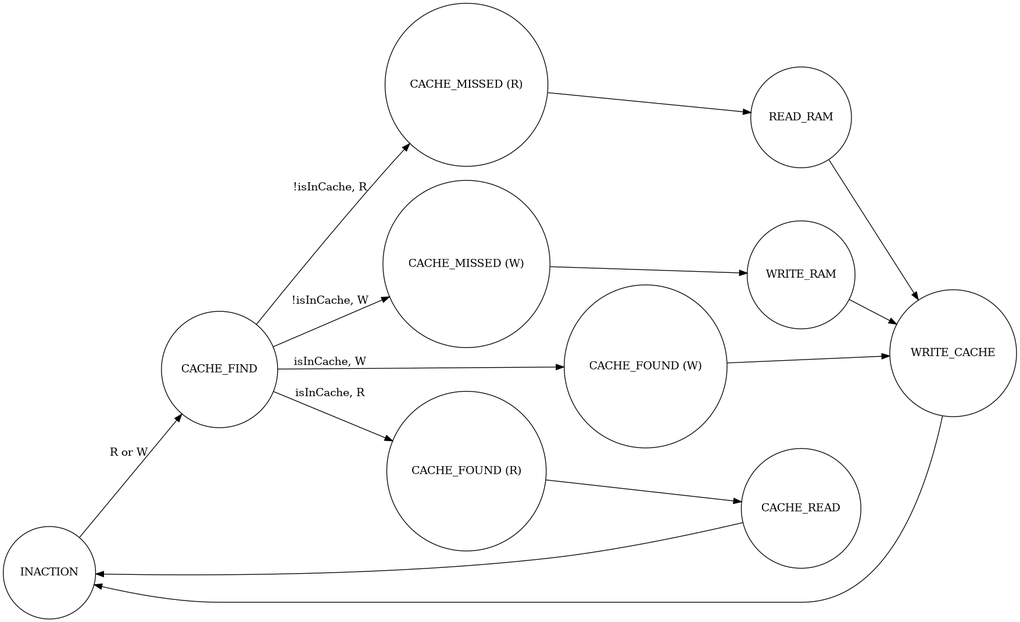
Before: Task_5/cache_emulations.png, a diagram exported from Graphviz (AntonAnisimovMIPT/MCST_Internship). Its source is kept beside it as Task_5/cache_emulations.DOT. Its diagram source:
```dot
digraph cache_emulations {
    rankdir=LR;

    INACTION [label="INACTION", shape=circle];
    CACHE_FIND [label="CACHE_FIND", shape=circle];
    CacheFoundR [label="CACHE_FOUND (R)", shape=circle];
    CacheFoundW [label="CACHE_FOUND (W)", shape=circle];
    CacheMissR [label="CACHE_MISSED (R)", shape=circle];
    CacheMissW [label="CACHE_MISSED (W)", shape=circle];
    ReadFromMemory [label="READ_RAM", shape=circle];
    WriteToCache [label="WRITE_CACHE", shape=circle];
    WriteToMemory [label="WRITE_RAM", shape=circle];
    CacheRead [label="CACHE_READ", shape=circle];

    INACTION -> CACHE_FIND [label="R or W"];

    CACHE_FIND -> CacheFoundR [label="isInCache, R"];
    CACHE_FIND -> CacheFoundW [label="isInCache, W"];
    CACHE_FIND -> CacheMissR [label="!isInCache, R"];
    CACHE_FIND -> CacheMissW [label="!isInCache, W"];

    CacheFoundR -> CacheRead;
    CacheRead -> INACTION;
    CacheFoundW -> WriteToCache;

    CacheMissR -> ReadFromMemory;
    ReadFromMemory -> WriteToCache;

    CacheMissW -> WriteToMemory;
    WriteToMemory -> WriteToCache;

    WriteToCache -> INACTION;
}
```
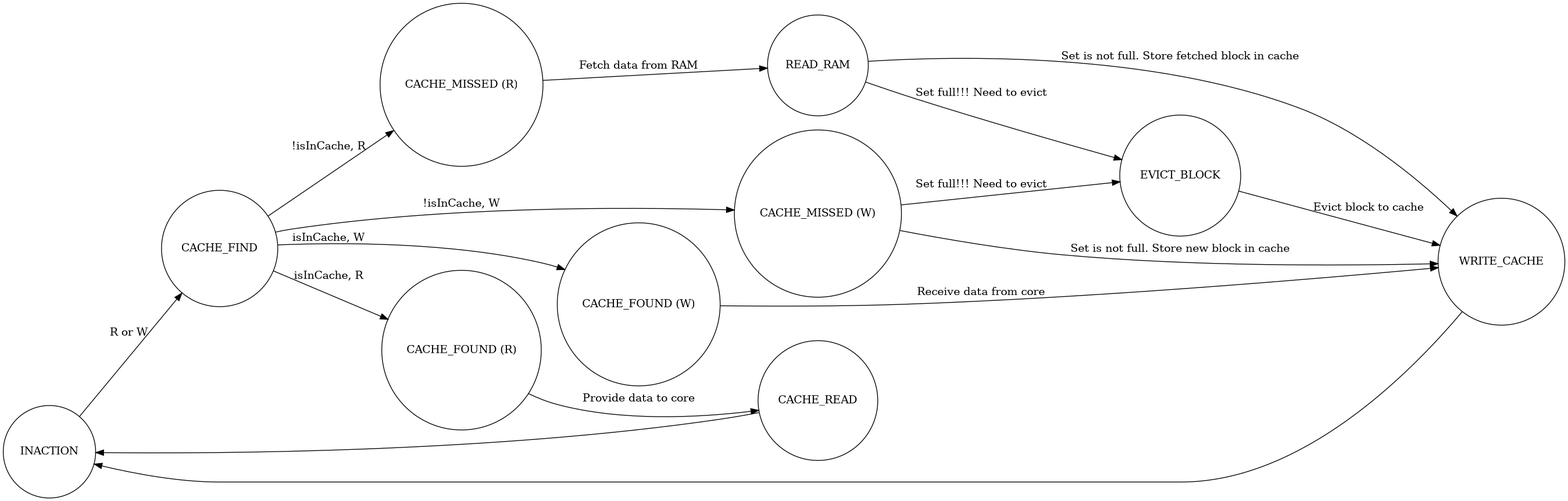
Above is the later version.

What changed in the source:
```diff
@@ -9,8 +9,8 @@
     CacheMissW [label="CACHE_MISSED (W)", shape=circle];
     ReadFromMemory [label="READ_RAM", shape=circle];
     WriteToCache [label="WRITE_CACHE", shape=circle];
-    WriteToMemory [label="WRITE_RAM", shape=circle];
     CacheRead [label="CACHE_READ", shape=circle];
+    EvictBlock [label="EVICT_BLOCK", shape=circle];
 
     INACTION -> CACHE_FIND [label="R or W"];
 
@@ -19,15 +19,20 @@
     CACHE_FIND -> CacheMissR [label="!isInCache, R"];
     CACHE_FIND -> CacheMissW [label="!isInCache, W"];
 
-    CacheFoundR -> CacheRead;
+    CacheFoundR -> CacheRead [label="Provide data to core"];
     CacheRead -> INACTION;
-    CacheFoundW -> WriteToCache;
+    CacheFoundW -> WriteToCache [label="Receive data from core"];
 
-    CacheMissR -> ReadFromMemory;
-    ReadFromMemory -> WriteToCache;
+    CacheMissR -> ReadFromMemory [label="Fetch data from RAM"];
+    ReadFromMemory -> WriteToCache [label="Set is not full. Store fetched block in cache"];
+    ReadFromMemory -> EvictBlock [label="Set full!!! Need to evict"];
 
-    CacheMissW -> WriteToMemory;
-    WriteToMemory -> WriteToCache;
+    CacheMissW -> WriteToCache [label="Set is not full. Store new block in cache"];
+    CacheMissW -> EvictBlock [label="Set full!!! Need to evict"];
 
     WriteToCache -> INACTION;
+
+
+    EvictBlock -> WriteToCache [label="Evict block to cache"];
+
 }
```
